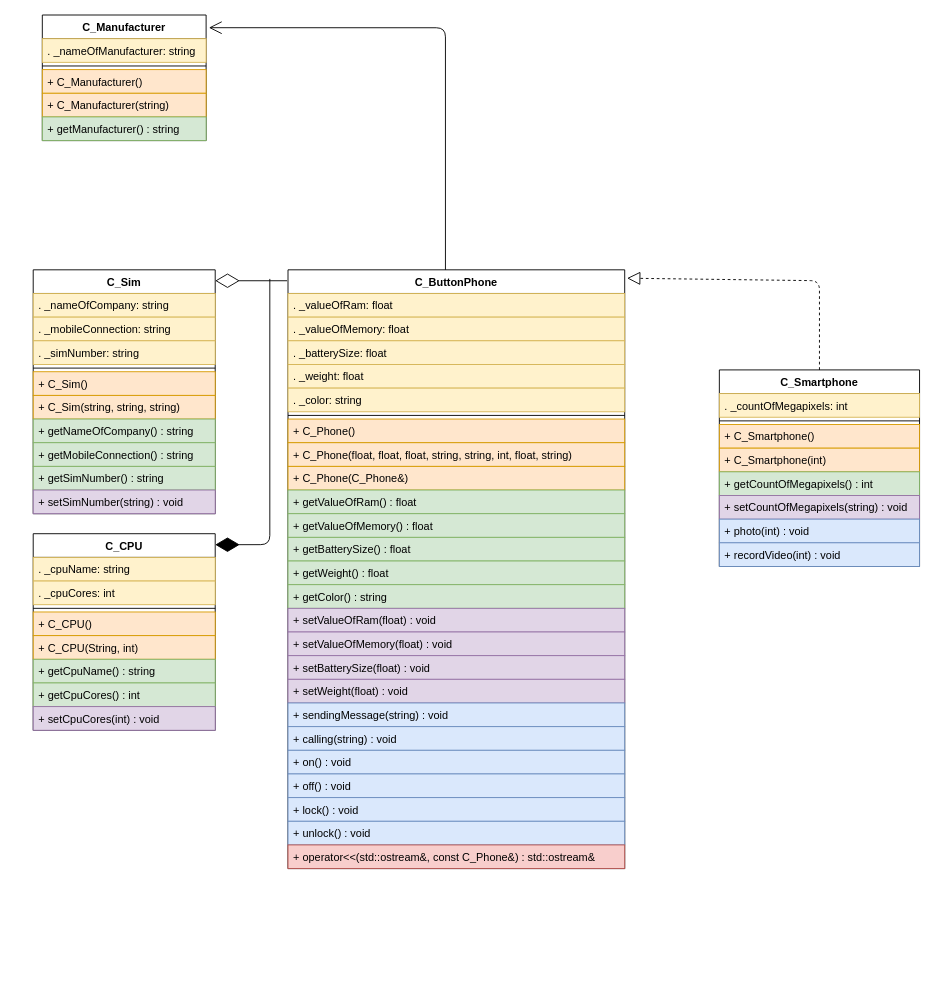
Before: Untitled Diagram.drawio in Bogdan0012/UML-works, a draw.io diagram. Source tidied: cells renumbered, new cells numbered last; positions are measured from the earlier drawing's top-left corner, leaving out a move shared by most shapes. Both pictures are drawn from the tidied source at 91%, with x=0, y=0 at pixel (33, 15).
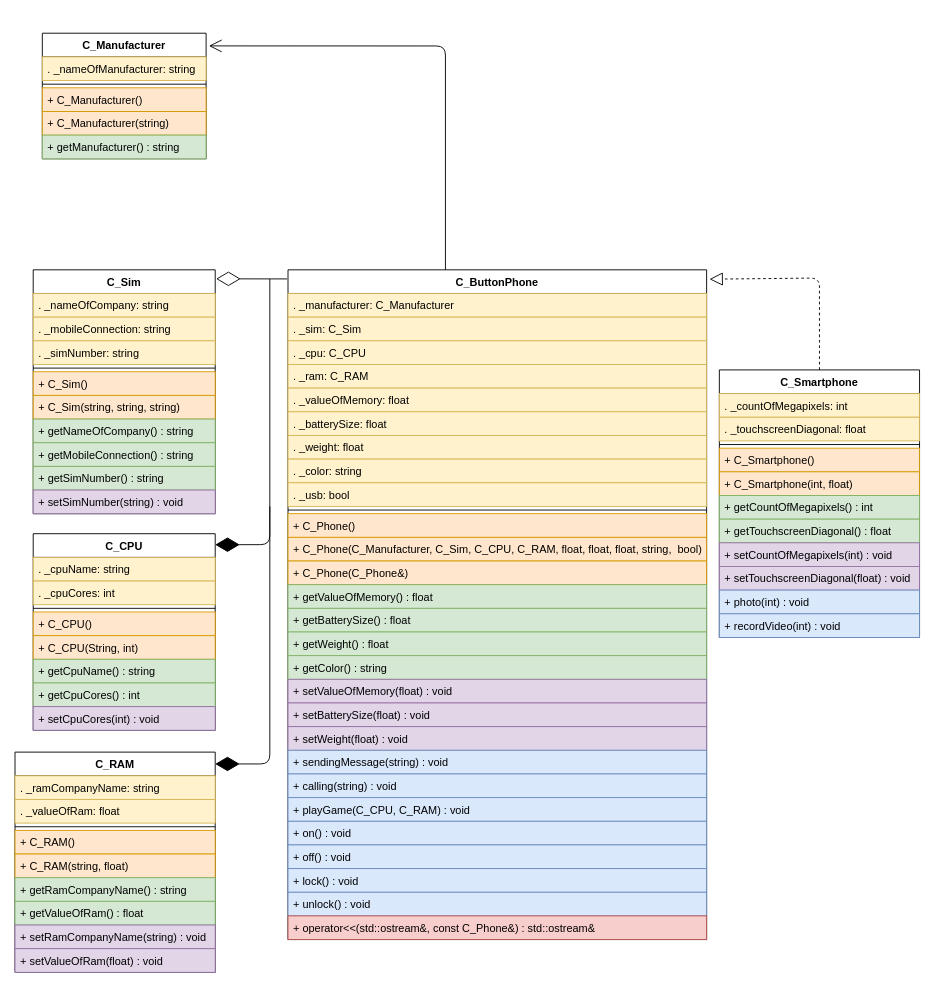
The same page after the edit.

The change refers to these unchanged cells:
```xml
<mxCell id="38" value="C_Sim" style="swimlane;fontStyle=1;align=center;verticalAlign=top;horizontal=1;startSize=26;" parent="1" vertex="1">
  <mxGeometry y="280" width="200" height="268" as="geometry" />
</mxCell>
```

What changed in the source:
```diff
@@
     <mxCell id="2" value="C_ButtonPhone" style="swimlane;fontStyle=1;align=center;verticalAlign=top;horizontal=1;startSize=26;" parent="1" vertex="1">
-      <mxGeometry x="280" y="280" width="370" height="658" as="geometry" />
+      <mxGeometry x="280" y="280" width="460" height="736" as="geometry" />
     </mxCell>
+    <mxCell id="67" value=". _manufacturer: C_Manufacturer" style="text;strokeColor=#d6b656;fillColor=#fff2cc;align=left;verticalAlign=top;spacingLeft=4;spacingRight=4;overflow=hidden;" parent="2" vertex="1">
+      <mxGeometry y="26" width="460" height="26" as="geometry" />
+    </mxCell>
+    <mxCell id="68" value=". _sim: C_Sim" style="text;strokeColor=#d6b656;fillColor=#fff2cc;align=left;verticalAlign=top;spacingLeft=4;spacingRight=4;overflow=hidden;" parent="2" vertex="1">
+      <mxGeometry y="52" width="460" height="26" as="geometry" />
+    </mxCell>
+    <mxCell id="69" value=". _cpu: C_CPU" style="text;strokeColor=#d6b656;fillColor=#fff2cc;align=left;verticalAlign=top;spacingLeft=4;spacingRight=4;overflow=hidden;" parent="2" vertex="1">
+      <mxGeometry y="78" width="460" height="26" as="geometry" />
+    </mxCell>
-    <mxCell id="3" value=". _valueOfRam: float" style="text;strokeColor=#d6b656;fillColor=#fff2cc;align=left;verticalAlign=top;spacingLeft=4;spacingRight=4;overflow=hidden;" parent="2" vertex="1">
-      <mxGeometry y="26" width="370" height="26" as="geometry" />
+    <mxCell id="3" value=". _ram: C_RAM" style="text;strokeColor=#d6b656;fillColor=#fff2cc;align=left;verticalAlign=top;spacingLeft=4;spacingRight=4;overflow=hidden;" parent="2" vertex="1">
+      <mxGeometry y="104" width="460" height="26" as="geometry" />
     </mxCell>
     <mxCell id="4" value=". _valueOfMemory: float" style="text;strokeColor=#d6b656;fillColor=#fff2cc;align=left;verticalAlign=top;spacingLeft=4;spacingRight=4;overflow=hidden;" parent="2" vertex="1">
-      <mxGeometry y="52" width="370" height="26" as="geometry" />
+      <mxGeometry y="130" width="460" height="26" as="geometry" />
     </mxCell>
     <mxCell id="5" value=". _batterySize: float" style="text;strokeColor=#d6b656;fillColor=#fff2cc;align=left;verticalAlign=top;spacingLeft=4;spacingRight=4;overflow=hidden;" parent="2" vertex="1">
-      <mxGeometry y="78" width="370" height="26" as="geometry" />
+      <mxGeometry y="156" width="460" height="26" as="geometry" />
     </mxCell>
     <mxCell id="6" value=". _weight: float" style="text;strokeColor=#d6b656;fillColor=#fff2cc;align=left;verticalAlign=top;spacingLeft=4;spacingRight=4;overflow=hidden;" parent="2" vertex="1">
-      <mxGeometry y="104" width="370" height="26" as="geometry" />
+      <mxGeometry y="182" width="460" height="26" as="geometry" />
     </mxCell>
     <mxCell id="7" value=". _color: string" style="text;strokeColor=#d6b656;fillColor=#fff2cc;align=left;verticalAlign=top;spacingLeft=4;spacingRight=4;overflow=hidden;" parent="2" vertex="1">
-      <mxGeometry y="130" width="370" height="26" as="geometry" />
+      <mxGeometry y="208" width="460" height="26" as="geometry" />
     </mxCell>
+    <mxCell id="70" value=". _usb: bool" style="text;strokeColor=#d6b656;fillColor=#fff2cc;align=left;verticalAlign=top;spacingLeft=4;spacingRight=4;overflow=hidden;" parent="2" vertex="1">
+      <mxGeometry y="234" width="460" height="26" as="geometry" />
+    </mxCell>
     <mxCell id="8" style="line;strokeWidth=1;fillColor=none;align=left;verticalAlign=middle;spacingTop=-1;spacingLeft=3;spacingRight=3;labelPosition=right;" parent="2" vertex="1">
-      <mxGeometry y="156" width="370" height="8" as="geometry" />
+      <mxGeometry y="260" width="460" height="8" as="geometry" />
     </mxCell>
     <mxCell id="9" value="+ C_Phone()" style="text;strokeColor=#d79b00;fillColor=#ffe6cc;align=left;verticalAlign=top;spacingLeft=4;spacingRight=4;overflow=hidden;" parent="2" vertex="1">
-      <mxGeometry y="164" width="370" height="26" as="geometry" />
+      <mxGeometry y="268" width="460" height="26" as="geometry" />
     </mxCell>
-    <mxCell id="10" value="+ C_Phone(float, float, float, string, string, int, float, string)" style="text;strokeColor=#d79b00;fillColor=#ffe6cc;align=left;verticalAlign=top;spacingLeft=4;spacingRight=4;overflow=hidden;" parent="2" vertex="1">
-      <mxGeometry y="190" width="370" height="26" as="geometry" />
+    <mxCell id="10" value="+ C_Phone(C_Manufacturer, C_Sim, C_CPU, C_RAM, float, float, float, string,  bool)" style="text;strokeColor=#d79b00;fillColor=#ffe6cc;align=left;verticalAlign=top;spacingLeft=4;spacingRight=4;overflow=hidden;" parent="2" vertex="1">
+      <mxGeometry y="294" width="460" height="26" as="geometry" />
     </mxCell>
     <mxCell id="11" value="+ C_Phone(C_Phone&amp;)" style="text;strokeColor=#d79b00;fillColor=#ffe6cc;align=left;verticalAlign=top;spacingLeft=4;spacingRight=4;overflow=hidden;" parent="2" vertex="1">
-      <mxGeometry y="216" width="370" height="26" as="geometry" />
+      <mxGeometry y="320" width="460" height="26" as="geometry" />
     </mxCell>
-    <mxCell id="12" value="+ getValueOfRam() : float" style="text;strokeColor=#82b366;fillColor=#d5e8d4;align=left;verticalAlign=top;spacingLeft=4;spacingRight=4;overflow=hidden;" parent="2" vertex="1">
-      <mxGeometry y="242" width="370" height="26" as="geometry" />
-    </mxCell>
     <mxCell id="13" value="+ getValueOfMemory() : float" style="text;strokeColor=#82b366;fillColor=#d5e8d4;align=left;verticalAlign=top;spacingLeft=4;spacingRight=4;overflow=hidden;" parent="2" vertex="1">
-      <mxGeometry y="268" width="370" height="26" as="geometry" />
+      <mxGeometry y="346" width="460" height="26" as="geometry" />
     </mxCell>
     <mxCell id="14" value="+ getBatterySize() : float" style="text;strokeColor=#82b366;fillColor=#d5e8d4;align=left;verticalAlign=top;spacingLeft=4;spacingRight=4;overflow=hidden;" parent="2" vertex="1">
-      <mxGeometry y="294" width="370" height="26" as="geometry" />
+      <mxGeometry y="372" width="460" height="26" as="geometry" />
     </mxCell>
     <mxCell id="15" value="+ getWeight() : float" style="text;strokeColor=#82b366;fillColor=#d5e8d4;align=left;verticalAlign=top;spacingLeft=4;spacingRight=4;overflow=hidden;" parent="2" vertex="1">
-      <mxGeometry y="320" width="370" height="26" as="geometry" />
+      <mxGeometry y="398" width="460" height="26" as="geometry" />
     </mxCell>
     <mxCell id="16" value="+ getColor() : string" style="text;strokeColor=#82b366;fillColor=#d5e8d4;align=left;verticalAlign=top;spacingLeft=4;spacingRight=4;overflow=hidden;" parent="2" vertex="1">
-      <mxGeometry y="346" width="370" height="26" as="geometry" />
+      <mxGeometry y="424" width="460" height="26" as="geometry" />
     </mxCell>
-    <mxCell id="17" value="+ setValueOfRam(float) : void" style="text;strokeColor=#9673a6;fillColor=#e1d5e7;align=left;verticalAlign=top;spacingLeft=4;spacingRight=4;overflow=hidden;" parent="2" vertex="1">
-      <mxGeometry y="372" width="370" height="26" as="geometry" />
-    </mxCell>
     <mxCell id="18" value="+ setValueOfMemory(float) : void" style="text;strokeColor=#9673a6;fillColor=#e1d5e7;align=left;verticalAlign=top;spacingLeft=4;spacingRight=4;overflow=hidden;" parent="2" vertex="1">
-      <mxGeometry y="398" width="370" height="26" as="geometry" />
+      <mxGeometry y="450" width="460" height="26" as="geometry" />
     </mxCell>
     <mxCell id="19" value="+ setBatterySize(float) : void" style="text;strokeColor=#9673a6;fillColor=#e1d5e7;align=left;verticalAlign=top;spacingLeft=4;spacingRight=4;overflow=hidden;" parent="2" vertex="1">
-      <mxGeometry y="424" width="370" height="26" as="geometry" />
+      <mxGeometry y="476" width="460" height="26" as="geometry" />
     </mxCell>
     <mxCell id="20" value="+ setWeight(float) : void" style="text;strokeColor=#9673a6;fillColor=#e1d5e7;align=left;verticalAlign=top;spacingLeft=4;spacingRight=4;overflow=hidden;" parent="2" vertex="1">
-      <mxGeometry y="450" width="370" height="26" as="geometry" />
+      <mxGeometry y="502" width="460" height="26" as="geometry" />
     </mxCell>
     <mxCell id="21" value="+ sendingMessage(string) : void" style="text;strokeColor=#6c8ebf;fillColor=#dae8fc;align=left;verticalAlign=top;spacingLeft=4;spacingRight=4;overflow=hidden;" parent="2" vertex="1">
-      <mxGeometry y="476" width="370" height="26" as="geometry" />
+      <mxGeometry y="528" width="460" height="26" as="geometry" />
     </mxCell>
     <mxCell id="22" value="+ calling(string) : void" style="text;strokeColor=#6c8ebf;fillColor=#dae8fc;align=left;verticalAlign=top;spacingLeft=4;spacingRight=4;overflow=hidden;" parent="2" vertex="1">
-      <mxGeometry y="502" width="370" height="26" as="geometry" />
+      <mxGeometry y="554" width="460" height="26" as="geometry" />
     </mxCell>
+    <mxCell id="71" value="+ playGame(C_CPU, C_RAM) : void" style="text;strokeColor=#6c8ebf;fillColor=#dae8fc;align=left;verticalAlign=top;spacingLeft=4;spacingRight=4;overflow=hidden;" parent="2" vertex="1">
+      <mxGeometry y="580" width="460" height="26" as="geometry" />
+    </mxCell>
     <mxCell id="23" value="+ on() : void" style="text;strokeColor=#6c8ebf;fillColor=#dae8fc;align=left;verticalAlign=top;spacingLeft=4;spacingRight=4;overflow=hidden;" parent="2" vertex="1">
-      <mxGeometry y="528" width="370" height="26" as="geometry" />
+      <mxGeometry y="606" width="460" height="26" as="geometry" />
     </mxCell>
     <mxCell id="24" value="+ off() : void" style="text;strokeColor=#6c8ebf;fillColor=#dae8fc;align=left;verticalAlign=top;spacingLeft=4;spacingRight=4;overflow=hidden;" parent="2" vertex="1">
-      <mxGeometry y="554" width="370" height="26" as="geometry" />
+      <mxGeometry y="632" width="460" height="26" as="geometry" />
     </mxCell>
     <mxCell id="25" value="+ lock() : void" style="text;strokeColor=#6c8ebf;fillColor=#dae8fc;align=left;verticalAlign=top;spacingLeft=4;spacingRight=4;overflow=hidden;" parent="2" vertex="1">
-      <mxGeometry y="580" width="370" height="26" as="geometry" />
+      <mxGeometry y="658" width="460" height="26" as="geometry" />
     </mxCell>
     <mxCell id="26" value="+ unlock() : void" style="text;strokeColor=#6c8ebf;fillColor=#dae8fc;align=left;verticalAlign=top;spacingLeft=4;spacingRight=4;overflow=hidden;" parent="2" vertex="1">
-      <mxGeometry y="606" width="370" height="26" as="geometry" />
+      <mxGeometry y="684" width="460" height="26" as="geometry" />
     </mxCell>
     <mxCell id="27" value="+ operator&lt;&lt;(std::ostream&amp;, const C_Phone&amp;) : std::ostream&amp;" style="text;strokeColor=#b85450;fillColor=#f8cecc;align=left;verticalAlign=top;spacingLeft=4;spacingRight=4;overflow=hidden;" parent="2" vertex="1">
-      <mxGeometry y="632" width="370" height="26" as="geometry" />
+      <mxGeometry y="710" width="460" height="26" as="geometry" />
     </mxCell>
     <mxCell id="28" value="C_Smartphone" style="swimlane;fontStyle=1;align=center;verticalAlign=top;horizontal=1;startSize=26;" parent="1" vertex="1">
-      <mxGeometry x="754" y="390" width="220" height="216" as="geometry" />
+      <mxGeometry x="754" y="390" width="220" height="294" as="geometry" />
     </mxCell>
@@
+    <mxCell id="72" value=". _touchscreenDiagonal: float" style="text;strokeColor=#d6b656;fillColor=#fff2cc;align=left;verticalAlign=top;spacingLeft=4;spacingRight=4;overflow=hidden;" parent="28" vertex="1">
+      <mxGeometry y="52" width="220" height="26" as="geometry" />
+    </mxCell>
     <mxCell id="30" style="line;strokeWidth=1;fillColor=none;align=left;verticalAlign=middle;spacingTop=-1;spacingLeft=3;spacingRight=3;labelPosition=right;" parent="28" vertex="1">
-      <mxGeometry y="52" width="220" height="8" as="geometry" />
+      <mxGeometry y="78" width="220" height="8" as="geometry" />
     </mxCell>
     <mxCell id="31" value="+ C_Smartphone()" style="text;strokeColor=#d79b00;fillColor=#ffe6cc;align=left;verticalAlign=top;spacingLeft=4;spacingRight=4;overflow=hidden;" parent="28" vertex="1">
-      <mxGeometry y="60" width="220" height="26" as="geometry" />
+      <mxGeometry y="86" width="220" height="26" as="geometry" />
     </mxCell>
-    <mxCell id="32" value="+ C_Smartphone(int)" style="text;strokeColor=#d79b00;fillColor=#ffe6cc;align=left;verticalAlign=top;spacingLeft=4;spacingRight=4;overflow=hidden;" parent="28" vertex="1">
-      <mxGeometry y="86" width="220" height="26" as="geometry" />
+    <mxCell id="32" value="+ C_Smartphone(int, float)" style="text;strokeColor=#d79b00;fillColor=#ffe6cc;align=left;verticalAlign=top;spacingLeft=4;spacingRight=4;overflow=hidden;" parent="28" vertex="1">
+      <mxGeometry y="112" width="220" height="26" as="geometry" />
     </mxCell>
     <mxCell id="33" value="+ getCountOfMegapixels() : int" style="text;strokeColor=#82b366;fillColor=#d5e8d4;align=left;verticalAlign=top;spacingLeft=4;spacingRight=4;overflow=hidden;" parent="28" vertex="1">
-      <mxGeometry y="112" width="220" height="26" as="geometry" />
+      <mxGeometry y="138" width="220" height="26" as="geometry" />
     </mxCell>
+    <mxCell id="73" value="+ getTouchscreenDiagonal() : float" style="text;strokeColor=#82b366;fillColor=#d5e8d4;align=left;verticalAlign=top;spacingLeft=4;spacingRight=4;overflow=hidden;" parent="28" vertex="1">
+      <mxGeometry y="164" width="220" height="26" as="geometry" />
+    </mxCell>
-    <mxCell id="34" value="+ setCountOfMegapixels(string) : void" style="text;strokeColor=#9673a6;fillColor=#e1d5e7;align=left;verticalAlign=top;spacingLeft=4;spacingRight=4;overflow=hidden;" parent="28" vertex="1">
-      <mxGeometry y="138" width="220" height="26" as="geometry" />
+    <mxCell id="34" value="+ setCountOfMegapixels(int) : void" style="text;strokeColor=#9673a6;fillColor=#e1d5e7;align=left;verticalAlign=top;spacingLeft=4;spacingRight=4;overflow=hidden;" parent="28" vertex="1">
+      <mxGeometry y="190" width="220" height="26" as="geometry" />
     </mxCell>
+    <mxCell id="74" value="+ setTouchscreenDiagonal(float) : void" style="text;strokeColor=#9673a6;fillColor=#e1d5e7;align=left;verticalAlign=top;spacingLeft=4;spacingRight=4;overflow=hidden;" parent="28" vertex="1">
+      <mxGeometry y="216" width="220" height="26" as="geometry" />
+    </mxCell>
     <mxCell id="35" value="+ photo(int) : void" style="text;strokeColor=#6c8ebf;fillColor=#dae8fc;align=left;verticalAlign=top;spacingLeft=4;spacingRight=4;overflow=hidden;" parent="28" vertex="1">
-      <mxGeometry y="164" width="220" height="26" as="geometry" />
+      <mxGeometry y="242" width="220" height="26" as="geometry" />
     </mxCell>
     <mxCell id="36" value="+ recordVideo(int) : void" style="text;strokeColor=#6c8ebf;fillColor=#dae8fc;align=left;verticalAlign=top;spacingLeft=4;spacingRight=4;overflow=hidden;" parent="28" vertex="1">
-      <mxGeometry y="190" width="220" height="26" as="geometry" />
+      <mxGeometry y="268" width="220" height="26" as="geometry" />
     </mxCell>
     <mxCell id="37" style="endArrow=block;dashed=1;endFill=0;endSize=12;html=1;exitX=0.5;exitY=0;exitDx=0;exitDy=0;entryX=1.007;entryY=0.014;entryDx=0;entryDy=0;entryPerimeter=0;" parent="1" edge="1" source="28" target="2">
       <mxGeometry relative="1" as="geometry">
         <Array as="points">
-          <mxPoint x="864" y="292" />
+          <mxPoint x="864" y="289" />
         </Array>
       </mxGeometry>
     </mxCell>
@@
-    <mxCell id="49" style="endArrow=diamondThin;endFill=0;endSize=24;html=1;" parent="1" edge="1">
+    <mxCell id="49" style="endArrow=diamondThin;endFill=0;endSize=24;html=1;entryX=1.005;entryY=0.037;entryDx=0;entryDy=0;entryPerimeter=0;" parent="1" edge="1" target="38">
       <mxGeometry relative="1" as="geometry">
-        <mxPoint x="279" y="292" as="sourcePoint" />
-        <mxPoint x="200" y="292" as="targetPoint" />
+        <mxPoint x="279" y="290" as="sourcePoint" />
       </mxGeometry>
     </mxCell>
@@
     <mxCell id="60" value="C_Manufacturer" style="swimlane;fontStyle=1;align=center;verticalAlign=top;horizontal=1;startSize=26;" parent="1" vertex="1">
-      <mxGeometry x="10" width="180" height="138" as="geometry" />
+      <mxGeometry x="10" y="20" width="180" height="138" as="geometry" />
     </mxCell>
@@
     <mxCell id="66" style="endArrow=open;endFill=1;endSize=12;html=1;entryX=1.017;entryY=0.101;entryDx=0;entryDy=0;entryPerimeter=0;" parent="1" edge="1" target="60">
       <mxGeometry relative="1" as="geometry">
         <mxPoint x="453" y="280" as="sourcePoint" />
         <Array as="points">
-          <mxPoint x="453" y="14" />
+          <mxPoint x="453" y="34" />
         </Array>
       </mxGeometry>
     </mxCell>
+    <mxCell id="75" value="C_RAM" style="swimlane;fontStyle=1;align=center;verticalAlign=top;horizontal=1;startSize=26;" parent="1" vertex="1">
+      <mxGeometry x="-20" y="810" width="220" height="242" as="geometry" />
+    </mxCell>
+    <mxCell id="76" value=". _ramCompanyName: string" style="text;strokeColor=#d6b656;fillColor=#fff2cc;align=left;verticalAlign=top;spacingLeft=4;spacingRight=4;overflow=hidden;" parent="75" vertex="1">
+      <mxGeometry y="26" width="220" height="26" as="geometry" />
+    </mxCell>
+    <mxCell id="77" value=". _valueOfRam: float" style="text;strokeColor=#d6b656;fillColor=#fff2cc;align=left;verticalAlign=top;spacingLeft=4;spacingRight=4;overflow=hidden;" parent="75" vertex="1">
+      <mxGeometry y="52" width="220" height="26" as="geometry" />
+    </mxCell>
+    <mxCell id="78" style="line;strokeWidth=1;fillColor=none;align=left;verticalAlign=middle;spacingTop=-1;spacingLeft=3;spacingRight=3;labelPosition=right;" parent="75" vertex="1">
+      <mxGeometry y="78" width="220" height="8" as="geometry" />
+    </mxCell>
+    <mxCell id="79" value="+ C_RAM()" style="text;strokeColor=#d79b00;fillColor=#ffe6cc;align=left;verticalAlign=top;spacingLeft=4;spacingRight=4;overflow=hidden;" parent="75" vertex="1">
+      <mxGeometry y="86" width="220" height="26" as="geometry" />
+    </mxCell>
+    <mxCell id="80" value="+ C_RAM(string, float)" style="text;strokeColor=#d79b00;fillColor=#ffe6cc;align=left;verticalAlign=top;spacingLeft=4;spacingRight=4;overflow=hidden;" parent="75" vertex="1">
+      <mxGeometry y="112" width="220" height="26" as="geometry" />
+    </mxCell>
+    <mxCell id="81" value="+ getRamCompanyName() : string" style="text;strokeColor=#82b366;fillColor=#d5e8d4;align=left;verticalAlign=top;spacingLeft=4;spacingRight=4;overflow=hidden;" parent="75" vertex="1">
+      <mxGeometry y="138" width="220" height="26" as="geometry" />
+    </mxCell>
+    <mxCell id="12" value="+ getValueOfRam() : float" style="text;strokeColor=#82b366;fillColor=#d5e8d4;align=left;verticalAlign=top;spacingLeft=4;spacingRight=4;overflow=hidden;" parent="75" vertex="1">
+      <mxGeometry y="164" width="220" height="26" as="geometry" />
+    </mxCell>
+    <mxCell id="82" value="+ setRamCompanyName(string) : void" style="text;strokeColor=#9673a6;fillColor=#e1d5e7;align=left;verticalAlign=top;spacingLeft=4;spacingRight=4;overflow=hidden;" parent="75" vertex="1">
+      <mxGeometry y="190" width="220" height="26" as="geometry" />
+    </mxCell>
+    <mxCell id="17" value="+ setValueOfRam(float) : void" style="text;strokeColor=#9673a6;fillColor=#e1d5e7;align=left;verticalAlign=top;spacingLeft=4;spacingRight=4;overflow=hidden;" parent="75" vertex="1">
+      <mxGeometry y="216" width="220" height="26" as="geometry" />
+    </mxCell>
+    <mxCell id="83" style="endArrow=diamondThin;endFill=1;endSize=24;html=1;" parent="1" edge="1">
+      <mxGeometry relative="1" as="geometry">
+        <mxPoint x="260" y="540" as="sourcePoint" />
+        <mxPoint x="200" y="823" as="targetPoint" />
+        <Array as="points">
+          <mxPoint x="260" y="823" />
+        </Array>
+      </mxGeometry>
+    </mxCell>
```
